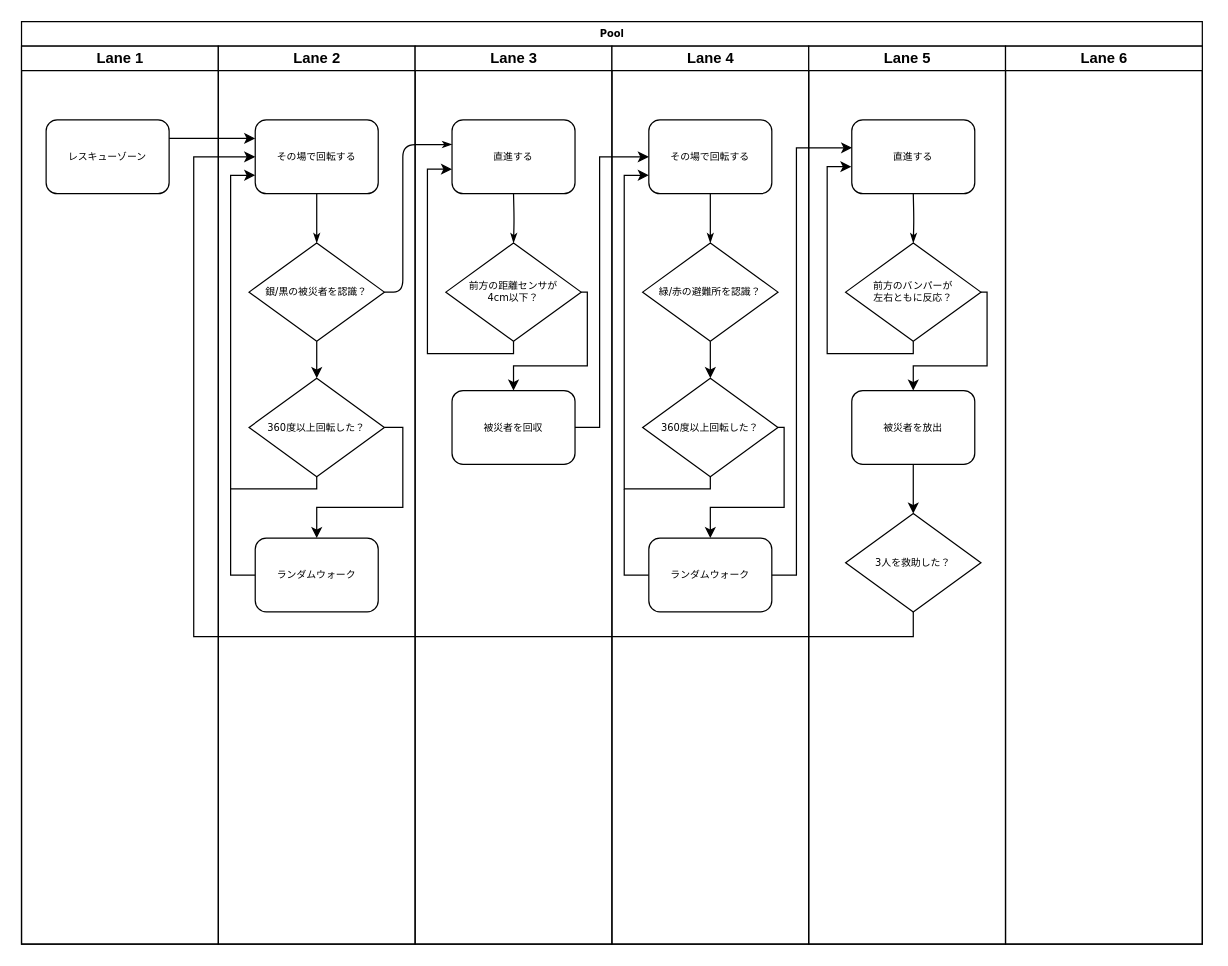
shuji4649/drawio keeps this draw.io diagram as Nagoya2025Rescue.drawio. Above is the earlier version. Source tidied: cells renumbered, new cells numbered last; positions are measured from the earlier drawing's top-left corner, leaving out a move shared by most shapes. Both pictures are drawn from the tidied source at 123%, with x=0, y=0 at pixel (21, 21).
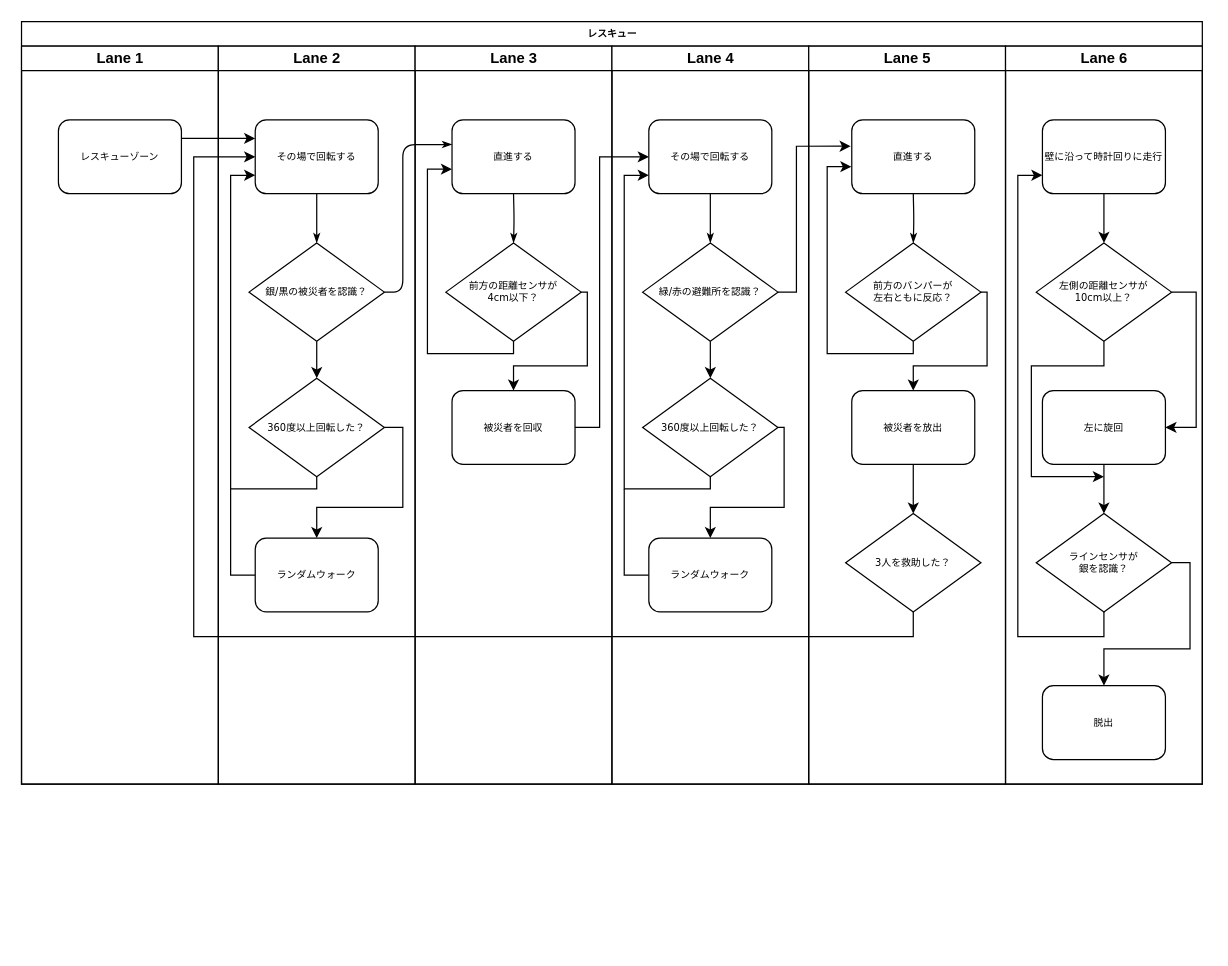
The same diagram, later.

Commit message (it also covers changes not shown here):
Nagoya2025Rescue.drawio を更新します

The change refers to these unchanged cells:
```xml
<mxCell id="28" value="緑/赤の避難所を認識？" style="rhombus;whiteSpace=wrap;html=1;rounded=0;shadow=0;labelBackgroundColor=none;strokeWidth=1;fontFamily=Verdana;fontSize=8;align=center;" parent="23" vertex="1">
  <mxGeometry x="25" y="160" width="110" height="80" as="geometry" />
</mxCell>
<mxCell id="33" value="ランダムウォーク" style="rounded=1;whiteSpace=wrap;html=1;shadow=0;labelBackgroundColor=none;strokeWidth=1;fontFamily=Verdana;fontSize=8;align=center;" parent="23" vertex="1">
  <mxGeometry x="30" y="400" width="100" height="60" as="geometry" />
</mxCell>
<mxCell id="36" value="直進する" style="rounded=1;whiteSpace=wrap;html=1;shadow=0;labelBackgroundColor=none;strokeWidth=1;fontFamily=Verdana;fontSize=8;align=center;" parent="34" vertex="1">
  <mxGeometry x="35" y="60" width="100" height="60" as="geometry" />
</mxCell>
```

Change to the diagram source:
```diff
@@
-    <mxCell id="2" value="Pool" style="swimlane;html=1;startSize=20;rounded=0;shadow=0;labelBackgroundColor=none;strokeWidth=1;fontFamily=Verdana;fontSize=8;align=center;" parent="1" vertex="1">
-      <mxGeometry width="960" height="750" as="geometry" />
+    <mxCell id="2" value="レスキュー" style="swimlane;html=1;startSize=20;rounded=0;shadow=0;labelBackgroundColor=none;strokeWidth=1;fontFamily=Verdana;fontSize=8;align=center;" parent="1" vertex="1">
+      <mxGeometry width="960" height="620" as="geometry" />
     </mxCell>
     <mxCell id="3" value="Lane 1" style="swimlane;html=1;startSize=20;" parent="2" vertex="1">
-      <mxGeometry y="20" width="160" height="730" as="geometry" />
+      <mxGeometry y="20" width="160" height="600" as="geometry" />
     </mxCell>
     <mxCell id="4" value="レスキューゾーン" style="rounded=1;whiteSpace=wrap;html=1;shadow=0;labelBackgroundColor=none;strokeWidth=1;fontFamily=Verdana;fontSize=8;align=center;" parent="3" vertex="1">
-      <mxGeometry x="20" y="60" width="100" height="60" as="geometry" />
+      <mxGeometry x="30" y="60" width="100" height="60" as="geometry" />
     </mxCell>
     <mxCell id="5" value="Lane 2" style="swimlane;html=1;startSize=20;" parent="2" vertex="1">
-      <mxGeometry x="160" y="20" width="160" height="730" as="geometry" />
+      <mxGeometry x="160" y="20" width="160" height="600" as="geometry" />
     </mxCell>
@@
     <mxCell id="15" value="Lane 3" style="swimlane;html=1;startSize=20;" parent="2" vertex="1">
-      <mxGeometry x="320" y="20" width="160" height="730" as="geometry" />
+      <mxGeometry x="320" y="20" width="160" height="600" as="geometry" />
     </mxCell>
@@
     <mxCell id="23" value="Lane 4" style="swimlane;html=1;startSize=20;" parent="2" vertex="1">
-      <mxGeometry x="480" y="20" width="160" height="730" as="geometry" />
+      <mxGeometry x="480" y="20" width="160" height="600" as="geometry" />
     </mxCell>
@@
     <mxCell id="34" value="Lane 5" style="swimlane;html=1;startSize=20;" parent="2" vertex="1">
-      <mxGeometry x="640" y="20" width="160" height="730" as="geometry" />
+      <mxGeometry x="640" y="20" width="160" height="600" as="geometry" />
     </mxCell>
@@
     <mxCell id="44" value="Lane 6" style="swimlane;html=1;startSize=20;" parent="2" vertex="1">
-      <mxGeometry x="800" y="20" width="160" height="730" as="geometry" />
+      <mxGeometry x="800" y="20" width="160" height="600" as="geometry" />
     </mxCell>
+    <mxCell id="48" style="edgeStyle=orthogonalEdgeStyle;rounded=0;jettySize=auto;html=1;exitX=0.5;exitY=1;exitDx=0;exitDy=0;entryX=0.5;entryY=0;entryDx=0;entryDy=0;" parent="44" edge="1" source="49" target="52">
+      <mxGeometry relative="1" as="geometry" />
+    </mxCell>
+    <mxCell id="49" value="壁に沿って時計回りに走行" style="rounded=1;whiteSpace=wrap;html=1;shadow=0;labelBackgroundColor=none;strokeWidth=1;fontFamily=Verdana;fontSize=8;align=center;" parent="44" vertex="1">
+      <mxGeometry x="30" y="60" width="100" height="60" as="geometry" />
+    </mxCell>
+    <mxCell id="50" style="edgeStyle=orthogonalEdgeStyle;rounded=0;jettySize=auto;html=1;exitX=1;exitY=0.5;exitDx=0;exitDy=0;entryX=1;entryY=0.5;entryDx=0;entryDy=0;" parent="44" edge="1" source="52" target="57">
+      <mxGeometry relative="1" as="geometry" />
+    </mxCell>
+    <mxCell id="51" style="edgeStyle=orthogonalEdgeStyle;rounded=0;jettySize=auto;html=1;exitX=0.5;exitY=1;exitDx=0;exitDy=0;" parent="44" edge="1" source="52">
+      <mxGeometry relative="1" as="geometry">
+        <mxPoint x="80" y="350" as="targetPoint" />
+        <Array as="points">
+          <mxPoint x="80" y="260" />
+          <mxPoint x="21" y="260" />
+          <mxPoint x="21" y="350" />
+        </Array>
+      </mxGeometry>
+    </mxCell>
+    <mxCell id="52" value="左側の距離センサ&lt;span style=&quot;background-color: transparent; color: light-dark(rgb(0, 0, 0), rgb(255, 255, 255));&quot;&gt;が&lt;/span&gt;&lt;div&gt;&lt;span style=&quot;background-color: transparent; color: light-dark(rgb(0, 0, 0), rgb(255, 255, 255));&quot;&gt;10cm以上？&lt;/span&gt;&lt;/div&gt;" style="rhombus;whiteSpace=wrap;html=1;rounded=0;shadow=0;labelBackgroundColor=none;strokeWidth=1;fontFamily=Verdana;fontSize=8;align=center;" parent="44" vertex="1">
+      <mxGeometry x="25" y="160" width="110" height="80" as="geometry" />
+    </mxCell>
+    <mxCell id="53" style="edgeStyle=orthogonalEdgeStyle;rounded=0;jettySize=auto;html=1;exitX=0.5;exitY=1;exitDx=0;exitDy=0;entryX=0;entryY=0.75;entryDx=0;entryDy=0;" parent="44" edge="1" source="55" target="49">
+      <mxGeometry relative="1" as="geometry" />
+    </mxCell>
+    <mxCell id="54" style="edgeStyle=orthogonalEdgeStyle;rounded=0;jettySize=auto;html=1;exitX=1;exitY=0.5;exitDx=0;exitDy=0;entryX=0.5;entryY=0;entryDx=0;entryDy=0;" parent="44" edge="1" source="55" target="58">
+      <mxGeometry relative="1" as="geometry">
+        <Array as="points">
+          <mxPoint x="150" y="420" />
+          <mxPoint x="150" y="490" />
+          <mxPoint x="80" y="490" />
+        </Array>
+      </mxGeometry>
+    </mxCell>
+    <mxCell id="55" value="ラインセンサが&lt;div&gt;銀を認識？&lt;/div&gt;" style="rhombus;whiteSpace=wrap;html=1;rounded=0;shadow=0;labelBackgroundColor=none;strokeWidth=1;fontFamily=Verdana;fontSize=8;align=center;" parent="44" vertex="1">
+      <mxGeometry x="25" y="380" width="110" height="80" as="geometry" />
+    </mxCell>
+    <mxCell id="56" style="edgeStyle=orthogonalEdgeStyle;rounded=0;jettySize=auto;html=1;exitX=0.5;exitY=1;exitDx=0;exitDy=0;entryX=0.5;entryY=0;entryDx=0;entryDy=0;" parent="44" edge="1" source="57" target="55">
+      <mxGeometry relative="1" as="geometry" />
+    </mxCell>
+    <mxCell id="57" value="左に旋回" style="rounded=1;whiteSpace=wrap;html=1;shadow=0;labelBackgroundColor=none;strokeWidth=1;fontFamily=Verdana;fontSize=8;align=center;" parent="44" vertex="1">
+      <mxGeometry x="30" y="280" width="100" height="60" as="geometry" />
+    </mxCell>
+    <mxCell id="58" value="脱出" style="rounded=1;whiteSpace=wrap;html=1;shadow=0;labelBackgroundColor=none;strokeWidth=1;fontFamily=Verdana;fontSize=8;align=center;" parent="44" vertex="1">
+      <mxGeometry x="30" y="520" width="100" height="60" as="geometry" />
+    </mxCell>
@@
-    <mxCell id="47" style="edgeStyle=orthogonalEdgeStyle;rounded=0;jettySize=auto;html=1;exitX=1;exitY=0.5;exitDx=0;exitDy=0;entryX=0.003;entryY=0.378;entryDx=0;entryDy=0;entryPerimeter=0;" parent="2" edge="1" source="33" target="36">
-      <mxGeometry relative="1" as="geometry">
-        <Array as="points">
-          <mxPoint x="630" y="450" />
-          <mxPoint x="630" y="103" />
-        </Array>
-      </mxGeometry>
-    </mxCell>
+    <mxCell id="59" style="edgeStyle=orthogonalEdgeStyle;rounded=0;jettySize=auto;html=1;exitX=1;exitY=0.5;exitDx=0;exitDy=0;entryX=-0.009;entryY=0.356;entryDx=0;entryDy=0;entryPerimeter=0;" parent="2" edge="1" source="28" target="36">
+      <mxGeometry relative="1" as="geometry">
+        <Array as="points">
+          <mxPoint x="630" y="220" />
+          <mxPoint x="630" y="101" />
+        </Array>
+      </mxGeometry>
+    </mxCell>
```
